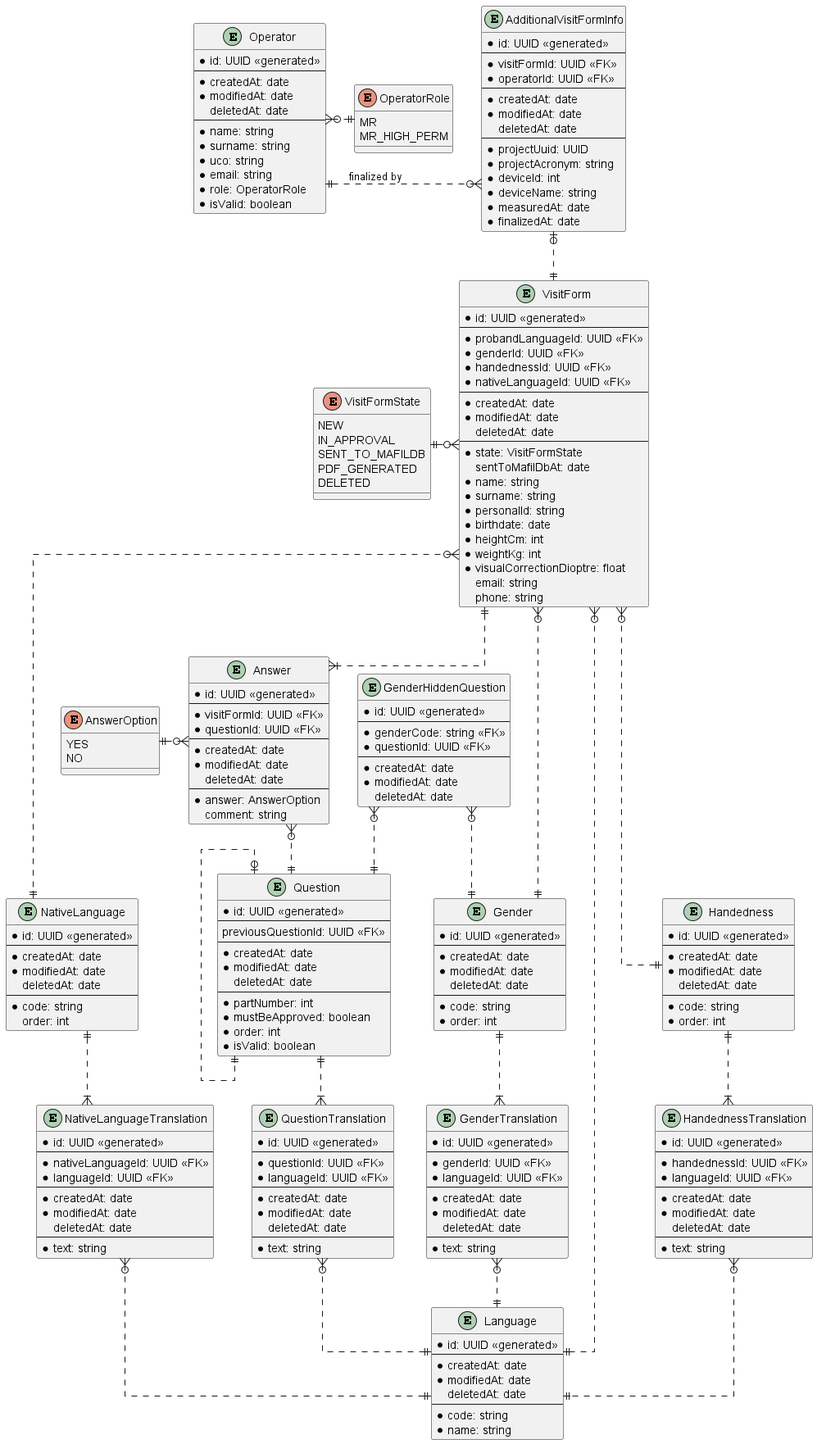
This is docs/ERD.png from lukas-kratochvil/mafil-proband-safety-questionnaire, a PlantUML export, as it was before one commit.
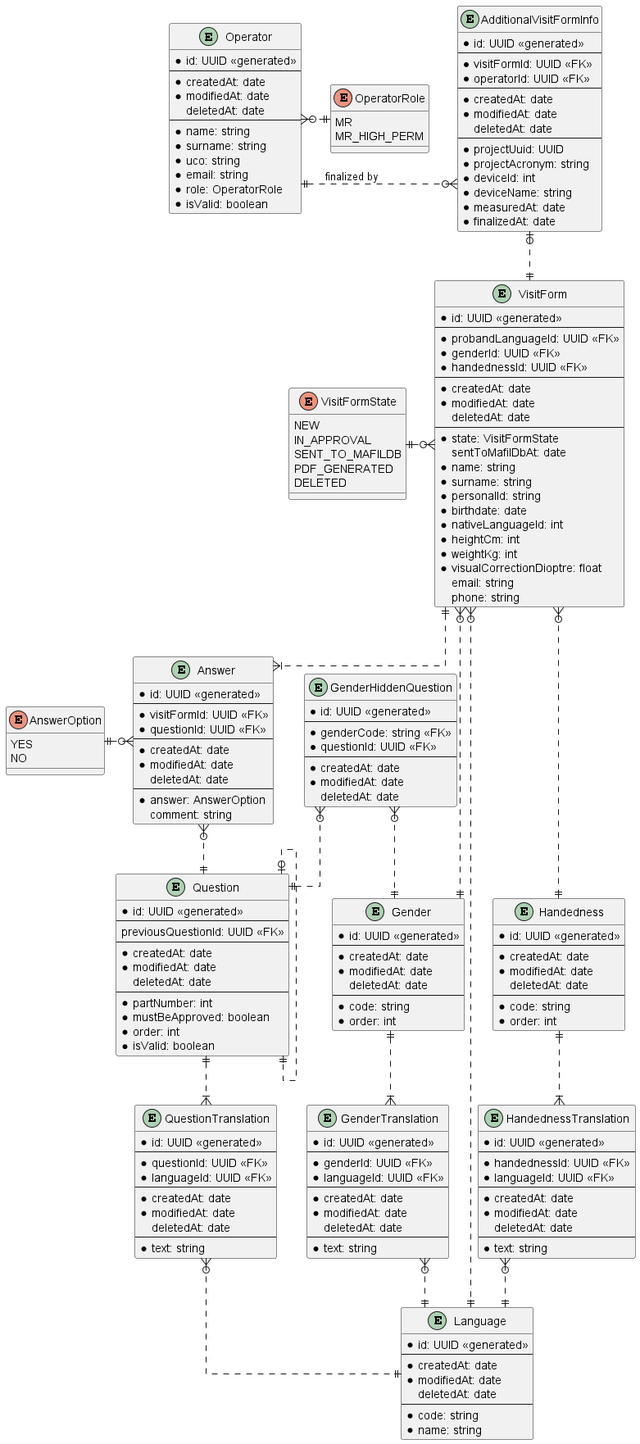
The same diagram one commit later.

Commit message:
feat: corrected ERD according to the newest database model

Change to the diagram source:
```diff
@@ -28,7 +28,6 @@
   * probandLanguageId: UUID <<FK>>
   * genderId: UUID <<FK>>
   * handednessId: UUID <<FK>>
-  * nativeLanguageId: UUID <<FK>>
   ---
   * createdAt: date
   * modifiedAt: date
@@ -40,6 +39,7 @@
   * surname: string
   * personalId: string
   * birthdate: date
+  * nativeLanguageId: int
   * heightCm: int
   * weightKg: int
   * visualCorrectionDioptre: float
@@ -179,30 +179,6 @@
   * text: string
 }
 
-entity NativeLanguage {
-  * id: UUID <<generated>>
-  ---
-  * createdAt: date
-  * modifiedAt: date
-  deletedAt: date
-  ---
-  * code: string
-  order: int
-}
-
-entity NativeLanguageTranslation {
-  * id: UUID <<generated>>
-  ---
-  * nativeLanguageId: UUID <<FK>>
-  * languageId: UUID <<FK>>
-  ---
-  * createdAt: date
-  * modifiedAt: date
-  deletedAt: date
-  ---
-  * text: string
-}
-
 entity Language {
   * id: UUID <<generated>>
   ---
@@ -222,7 +198,6 @@
 VisitForm }o..|| Language
 VisitForm }o..|| Gender
 VisitForm }o...|| Handedness
-VisitForm }o...|| NativeLanguage
 Answer }o..|| Question
 AnswerOption ||.o{ Answer
 Question |o..|| Question
@@ -234,7 +209,5 @@
 GenderTranslation }o..|| Language
 Handedness ||..|{ HandednessTranslation
 HandednessTranslation }o..|| Language
-NativeLanguage ||..|{ NativeLanguageTranslation
-NativeLanguageTranslation }o..|| Language
 
 @enduml
```
